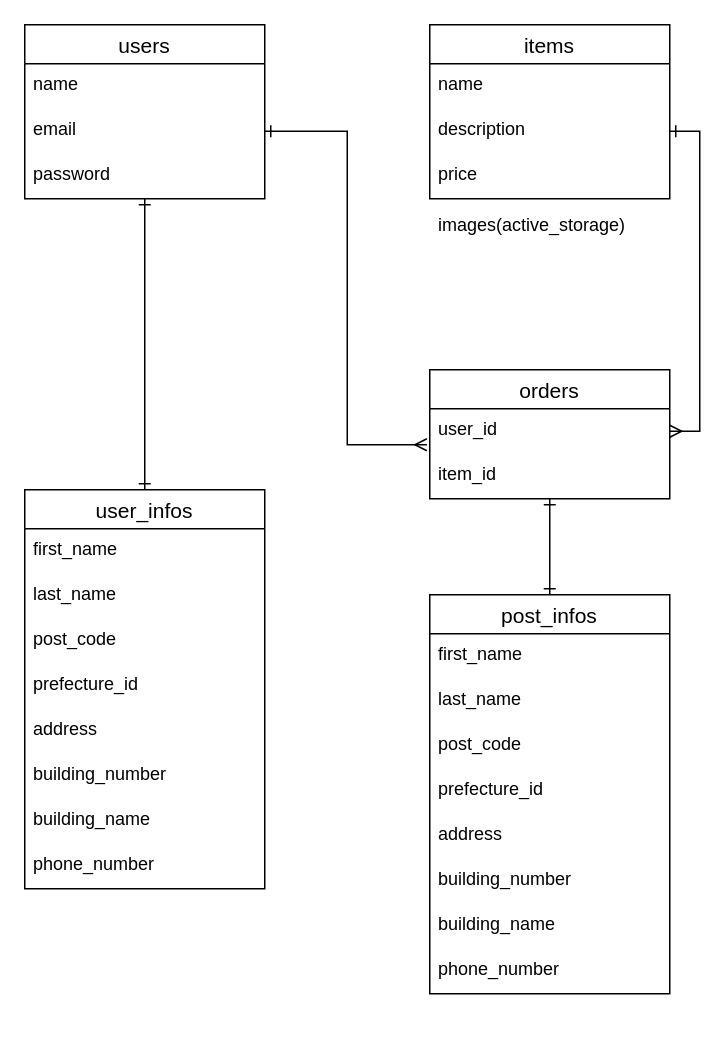
The draw.io diagram db.dio in hikaruuuuuu/okurumi-shop, before the edit. Source tidied: cells renumbered, new cells numbered last; positions are measured from the earlier drawing's top-left corner, leaving out a move shared by most shapes. Both pictures are drawn from the tidied source at 150%, with x=0, y=0 at pixel (24, 24).
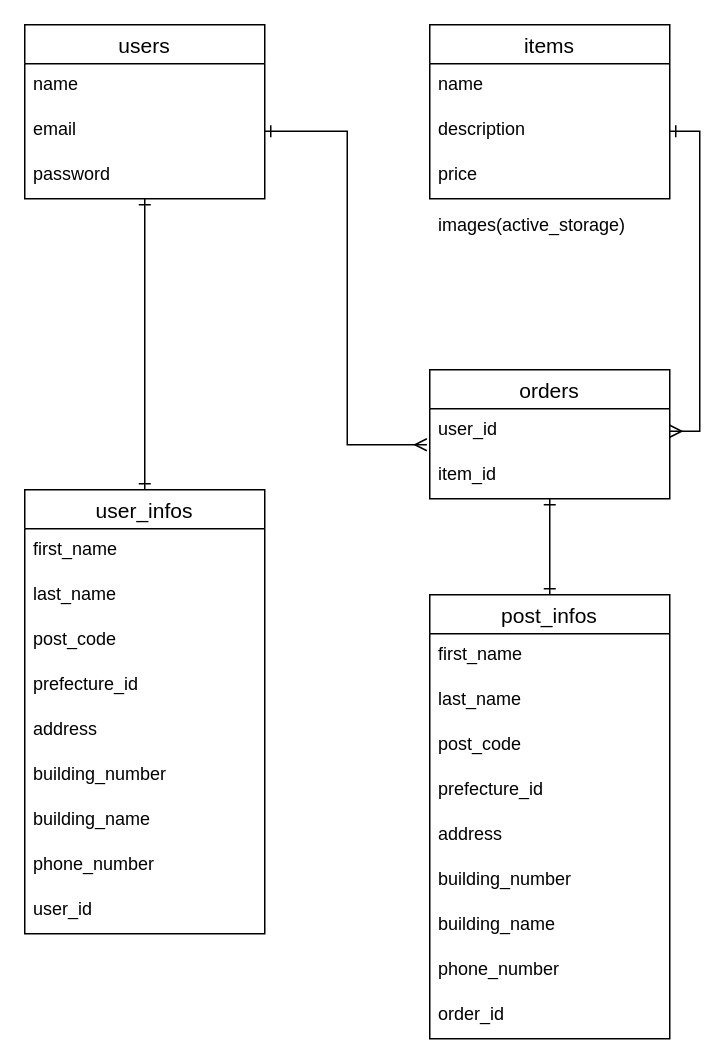
After the change.

Diff of the diagram source:
```diff
@@
     <mxCell id="3" value="user_infos" style="swimlane;fontStyle=0;horizontal=1;startSize=26;align=center;fontSize=14;" parent="1" vertex="1">
-      <mxGeometry y="310" width="160" height="266" as="geometry" />
+      <mxGeometry y="310" width="160" height="296" as="geometry" />
     </mxCell>
@@
+    <mxCell id="36" value="user_id" style="text;strokeColor=none;fillColor=none;spacingLeft=4;spacingRight=4;overflow=hidden;fontSize=12;" parent="3" vertex="1">
+      <mxGeometry y="266" width="160" height="30" as="geometry" />
+    </mxCell>
@@
     <mxCell id="27" value="post_infos" style="swimlane;fontStyle=0;horizontal=1;startSize=26;align=center;fontSize=14;" parent="1" vertex="1">
-      <mxGeometry x="270" y="380" width="160" height="266" as="geometry" />
+      <mxGeometry x="270" y="380" width="160" height="296" as="geometry" />
     </mxCell>
@@
+    <mxCell id="37" value="phone_number" style="text;strokeColor=none;fillColor=none;spacingLeft=4;spacingRight=4;overflow=hidden;fontSize=12;" parent="27" vertex="1">
+      <mxGeometry y="236" width="160" height="30" as="geometry" />
+    </mxCell>
-    <mxCell id="35" value="phone_number" style="text;strokeColor=none;fillColor=none;spacingLeft=4;spacingRight=4;overflow=hidden;fontSize=12;" parent="27" vertex="1">
-      <mxGeometry y="236" width="160" height="30" as="geometry" />
+    <mxCell id="35" value="order_id" style="text;strokeColor=none;fillColor=none;spacingLeft=4;spacingRight=4;overflow=hidden;fontSize=12;" parent="27" vertex="1">
+      <mxGeometry y="266" width="160" height="30" as="geometry" />
     </mxCell>
```
